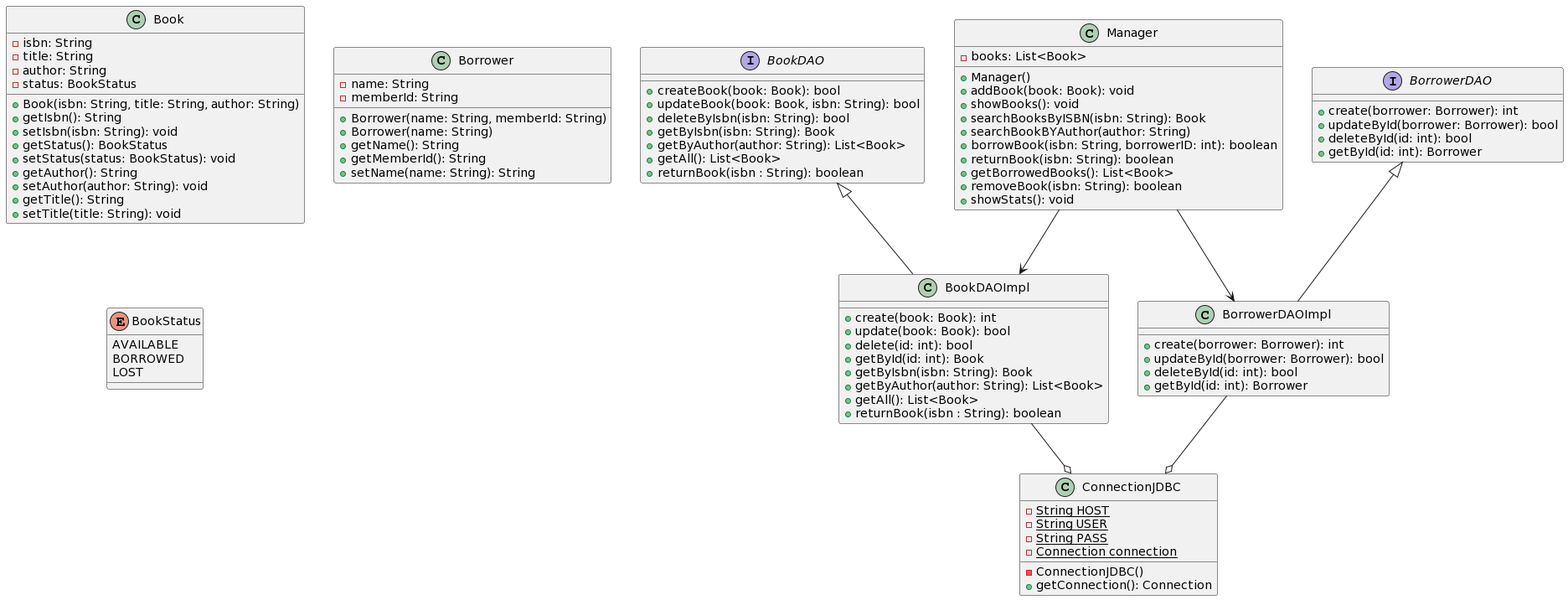
Above: class.png in aymane-smi/SAS2 (PlantUML), before the change.
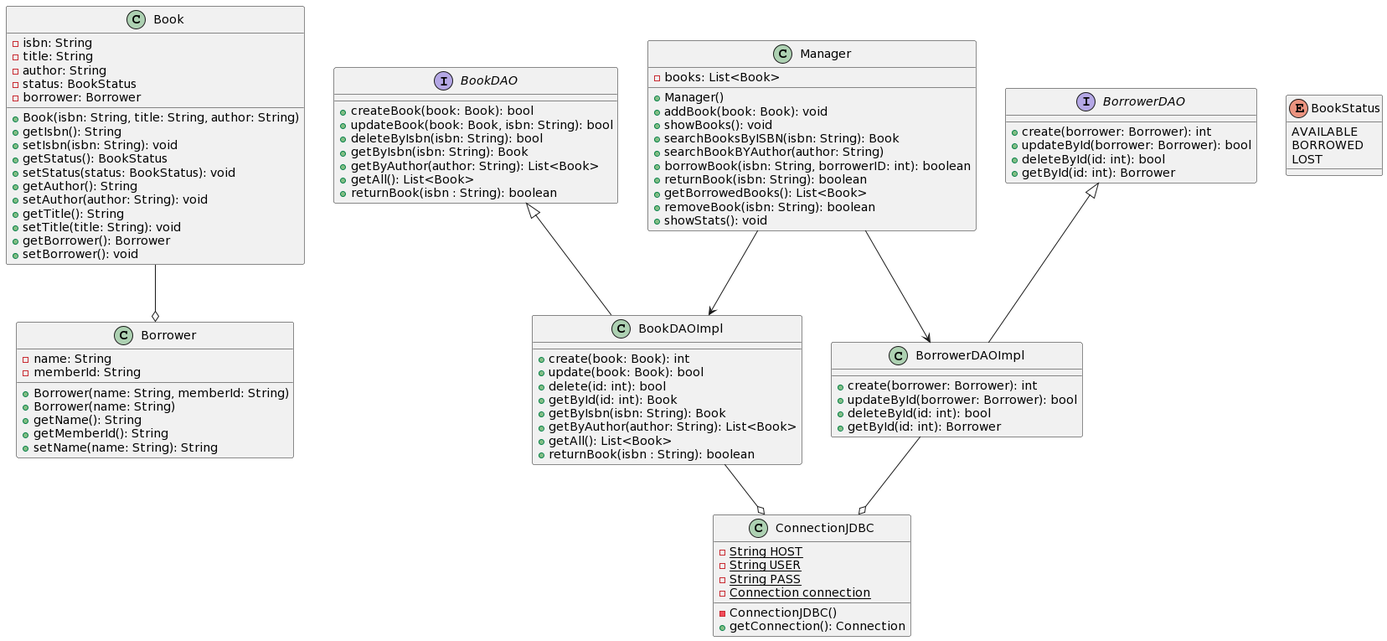
After the change.

Commit message:
SAS2-2 final update before review

Diff of the diagram source:
```diff
@@ -8,6 +8,7 @@
   - title: String
   - author: String
   - status: BookStatus
+  - borrower: Borrower
   + Book(isbn: String, title: String, author: String)
   + getIsbn(): String
   + setIsbn(isbn: String): void
@@ -17,6 +18,8 @@
   + setAuthor(author: String): void
   + getTitle(): String
   + setTitle(title: String): void
+  + getBorrower(): Borrower
+  + setBorrower(): void
 }
 
 class Borrower {
@@ -102,4 +105,5 @@
 BookDAOImpl --o ConnectionJDBC
 BorrowerDAO <|-- BorrowerDAOImpl
 BorrowerDAOImpl --o ConnectionJDBC
+Book --o Borrower
 @enduml
```
